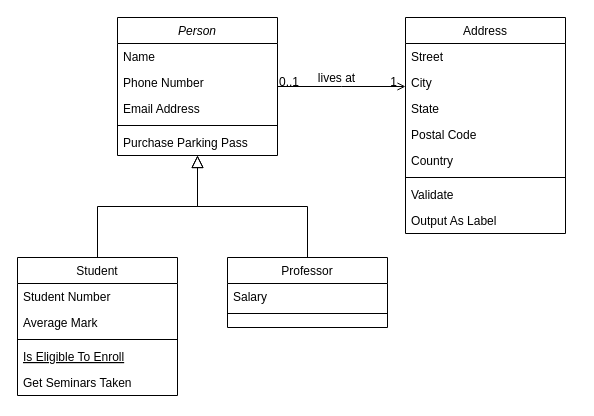
Before: Untitled Diagram.drawio in dple/Strings-in-Python, a draw.io diagram. Source tidied: cells renumbered, new cells numbered last; positions are measured from the earlier drawing's top-left corner, leaving out a move shared by most shapes. Both pictures are drawn from the tidied source at 100%, with x=0, y=0 at pixel (17, 17).
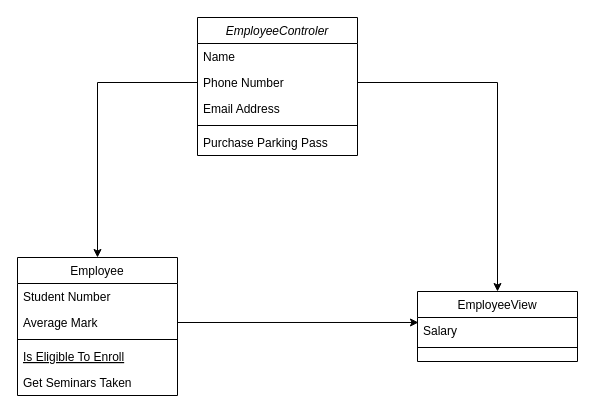
The same page after the edit.

The change refers to these unchanged cells:
```xml
<mxCell id="4" value="Phone Number" style="text;align=left;verticalAlign=top;spacingLeft=4;spacingRight=4;overflow=hidden;points=[[0,0.5],[1,0.5]];portConstraint=eastwest;rounded=0;shadow=0;html=0;" parent="2" vertex="1">
  <mxGeometry y="52" width="160" height="26" as="geometry" />
</mxCell>
<mxCell id="10" value="Average Mark" style="text;align=left;verticalAlign=top;spacingLeft=4;spacingRight=4;overflow=hidden;points=[[0,0.5],[1,0.5]];portConstraint=eastwest;rounded=0;shadow=0;html=0;" parent="8" vertex="1">
  <mxGeometry y="52" width="160" height="26" as="geometry" />
</mxCell>
<mxCell id="16" value="Salary" style="text;align=left;verticalAlign=top;spacingLeft=4;spacingRight=4;overflow=hidden;points=[[0,0.5],[1,0.5]];portConstraint=eastwest;" parent="15" vertex="1">
  <mxGeometry y="26" width="160" height="26" as="geometry" />
</mxCell>
```

Change to the diagram source:
```diff
@@
-    <mxCell id="2" value="Person" style="swimlane;fontStyle=2;align=center;verticalAlign=top;horizontal=1;startSize=26;rounded=0;shadow=0;strokeWidth=1;" parent="1" vertex="1">
-      <mxGeometry x="100" width="160" height="138" as="geometry" />
+    <mxCell id="2" value="EmployeeControler" style="swimlane;fontStyle=2;align=center;verticalAlign=top;horizontal=1;startSize=26;rounded=0;shadow=0;strokeWidth=1;" parent="1" vertex="1">
+      <mxGeometry x="180" width="160" height="138" as="geometry" />
     </mxCell>
@@
-    <mxCell id="8" value="Student" style="swimlane;fontStyle=0;align=center;verticalAlign=top;horizontal=1;startSize=26;rounded=0;shadow=0;strokeWidth=1;" parent="1" vertex="1">
+    <mxCell id="8" value="Employee" style="swimlane;fontStyle=0;align=center;verticalAlign=top;horizontal=1;startSize=26;rounded=0;shadow=0;strokeWidth=1;" parent="1" vertex="1">
       <mxGeometry y="240" width="160" height="138" as="geometry" />
     </mxCell>
@@
-    <mxCell id="14" style="endArrow=block;endSize=10;endFill=0;shadow=0;strokeWidth=1;rounded=0;edgeStyle=elbowEdgeStyle;elbow=vertical;" parent="1" edge="1" source="8" target="2">
-      <mxGeometry relative="1" as="geometry" />
-    </mxCell>
-    <mxCell id="15" value="Professor" style="swimlane;fontStyle=0;align=center;verticalAlign=top;horizontal=1;startSize=26;rounded=0;shadow=0;strokeWidth=1;" parent="1" vertex="1">
-      <mxGeometry x="210" y="240" width="160" height="70" as="geometry" />
+    <mxCell id="15" value="EmployeeView" style="swimlane;fontStyle=0;align=center;verticalAlign=top;horizontal=1;startSize=26;rounded=0;shadow=0;strokeWidth=1;" parent="1" vertex="1">
+      <mxGeometry x="400" y="274" width="160" height="70" as="geometry" />
     </mxCell>
@@
-    <mxCell id="18" style="endArrow=block;endSize=10;endFill=0;shadow=0;strokeWidth=1;rounded=0;edgeStyle=elbowEdgeStyle;elbow=vertical;" parent="1" edge="1" source="15" target="2">
-      <mxGeometry relative="1" as="geometry" />
-    </mxCell>
-    <mxCell id="19" value="Address" style="swimlane;fontStyle=0;align=center;verticalAlign=top;horizontal=1;startSize=26;rounded=0;shadow=0;strokeWidth=1;" parent="1" vertex="1">
-      <mxGeometry x="388" width="160" height="216" as="geometry" />
-    </mxCell>
-    <mxCell id="20" value="Street" style="text;align=left;verticalAlign=top;spacingLeft=4;spacingRight=4;overflow=hidden;" parent="19" vertex="1">
-      <mxGeometry y="26" width="160" height="26" as="geometry" />
-    </mxCell>
-    <mxCell id="21" value="City" style="text;align=left;verticalAlign=top;spacingLeft=4;spacingRight=4;overflow=hidden;rounded=0;shadow=0;html=0;" parent="19" vertex="1">
-      <mxGeometry y="52" width="160" height="26" as="geometry" />
-    </mxCell>
-    <mxCell id="22" value="State" style="text;align=left;verticalAlign=top;spacingLeft=4;spacingRight=4;overflow=hidden;rounded=0;shadow=0;html=0;" parent="19" vertex="1">
-      <mxGeometry y="78" width="160" height="26" as="geometry" />
-    </mxCell>
-    <mxCell id="23" value="Postal Code" style="text;align=left;verticalAlign=top;spacingLeft=4;spacingRight=4;overflow=hidden;rounded=0;shadow=0;html=0;" parent="19" vertex="1">
-      <mxGeometry y="104" width="160" height="26" as="geometry" />
-    </mxCell>
-    <mxCell id="24" value="Country" style="text;align=left;verticalAlign=top;spacingLeft=4;spacingRight=4;overflow=hidden;rounded=0;shadow=0;html=0;" parent="19" vertex="1">
-      <mxGeometry y="130" width="160" height="26" as="geometry" />
-    </mxCell>
-    <mxCell id="25" style="line;html=1;strokeWidth=1;align=left;verticalAlign=middle;spacingTop=-1;spacingLeft=3;spacingRight=3;labelPosition=right;" parent="19" vertex="1">
-      <mxGeometry y="156" width="160" height="8" as="geometry" />
-    </mxCell>
-    <mxCell id="26" value="Validate" style="text;align=left;verticalAlign=top;spacingLeft=4;spacingRight=4;overflow=hidden;" parent="19" vertex="1">
-      <mxGeometry y="164" width="160" height="26" as="geometry" />
-    </mxCell>
-    <mxCell id="27" value="Output As Label" style="text;align=left;verticalAlign=top;spacingLeft=4;spacingRight=4;overflow=hidden;" parent="19" vertex="1">
-      <mxGeometry y="190" width="160" height="26" as="geometry" />
-    </mxCell>
-    <mxCell id="28" style="endArrow=open;shadow=0;strokeWidth=1;rounded=0;endFill=1;edgeStyle=elbowEdgeStyle;elbow=vertical;" parent="1" edge="1" source="2" target="19">
-      <mxGeometry x="0.5" y="41" relative="1" as="geometry">
-        <mxPoint x="-40" y="32" as="offset" />
-      </mxGeometry>
-    </mxCell>
-    <mxCell id="29" value="0..1" style="align=left;verticalAlign=bottom;labelBackgroundColor=none;fontSize=12;" parent="28" vertex="1">
-      <mxGeometry x="-1" relative="1" as="geometry">
-        <mxPoint y="4" as="offset" />
-      </mxGeometry>
-    </mxCell>
-    <mxCell id="30" value="1" style="align=right;verticalAlign=bottom;labelBackgroundColor=none;fontSize=12;" parent="28" vertex="1">
-      <mxGeometry x="1" relative="1" as="geometry">
-        <mxPoint x="-7" y="4" as="offset" />
-      </mxGeometry>
-    </mxCell>
-    <mxCell id="31" value="lives at" style="text;html=1;align=center;verticalAlign=middle;labelBackgroundColor=none;rounded=0;shadow=0;strokeWidth=1;fontSize=12;" parent="28" vertex="1">
-      <mxGeometry x="0.5" y="49" relative="1" as="geometry">
-        <mxPoint x="-38" y="40" as="offset" />
-      </mxGeometry>
-    </mxCell>
+    <mxCell id="32" style="edgeStyle=orthogonalEdgeStyle;rounded=0;jettySize=auto;html=1;exitX=1;exitY=0.5;exitDx=0;exitDy=0;entryX=0.5;entryY=0;entryDx=0;entryDy=0;" parent="1" edge="1" source="4" target="15">
+      <mxGeometry relative="1" as="geometry" />
+    </mxCell>
+    <mxCell id="33" style="edgeStyle=orthogonalEdgeStyle;rounded=0;jettySize=auto;html=1;exitX=0;exitY=0.5;exitDx=0;exitDy=0;entryX=0.5;entryY=0;entryDx=0;entryDy=0;" parent="1" edge="1" source="4" target="8">
+      <mxGeometry relative="1" as="geometry" />
+    </mxCell>
+    <mxCell id="34" style="edgeStyle=orthogonalEdgeStyle;rounded=0;jettySize=auto;html=1;exitX=1;exitY=0.5;exitDx=0;exitDy=0;entryX=0.006;entryY=0.192;entryDx=0;entryDy=0;entryPerimeter=0;" parent="1" edge="1" source="10" target="16">
+      <mxGeometry relative="1" as="geometry" />
+    </mxCell>
```
